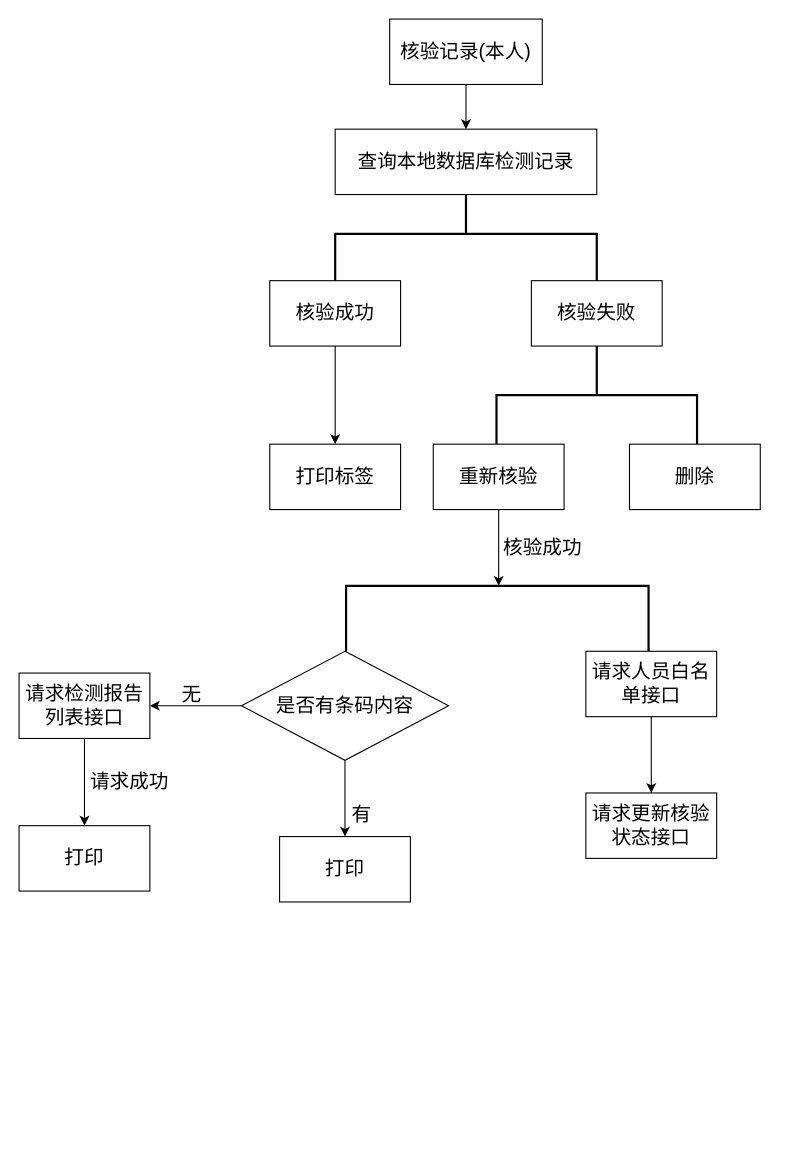
Before: page "核验记录(本人)" (4 of 6) of 广纳达康吸毒检测管理APP软件结构图.drawio in lliecho/test, a draw.io diagram. Source tidied: cells renumbered, new cells numbered last; positions are measured from the earlier drawing's top-left corner, leaving out a move shared by most shapes. Both pictures are drawn from the tidied source at 109%, with x=0, y=0 at pixel (19, 19).
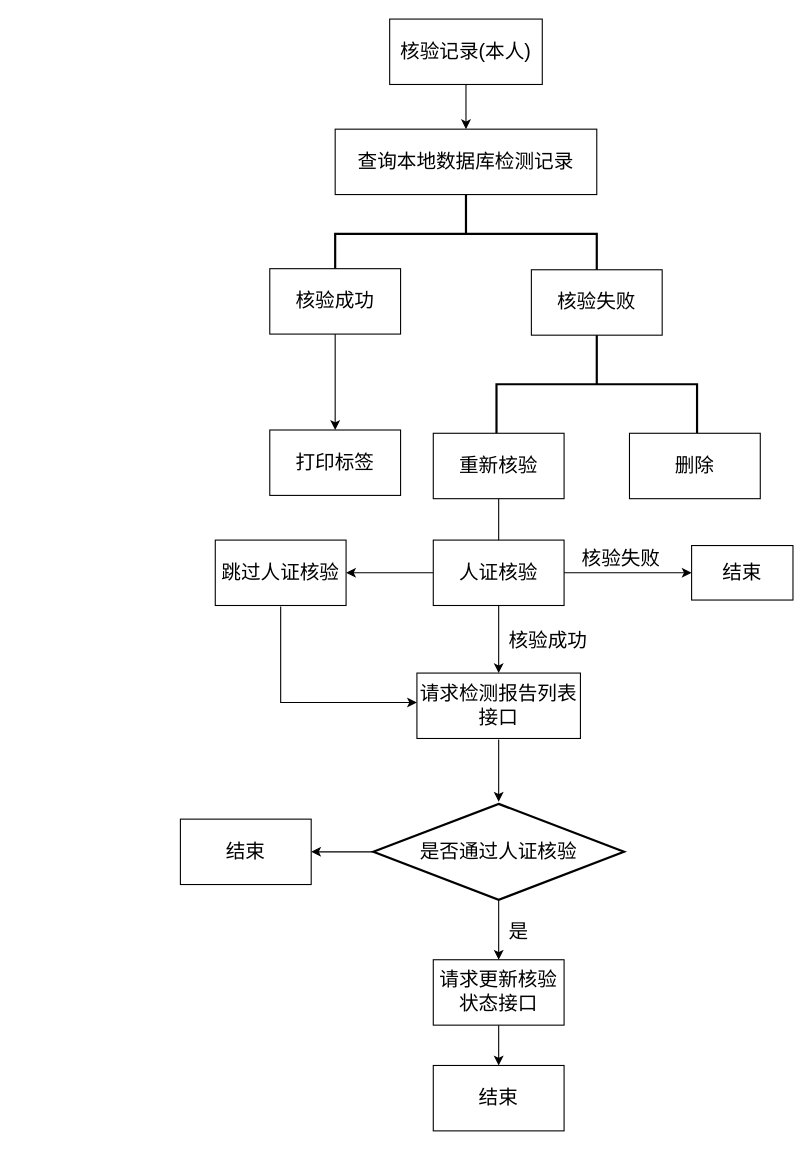
The same diagram, later.

Change to the diagram source:
```diff
@@
     <mxCell id="6" value="核验成功" style="whiteSpace=wrap;html=1;fontSize=18;" parent="1" vertex="1">
-      <mxGeometry x="230" y="240" width="120" height="60" as="geometry" />
+      <mxGeometry x="230" y="229" width="120" height="60" as="geometry" />
     </mxCell>
     <mxCell id="7" value="核验失败" style="whiteSpace=wrap;html=1;fontSize=18;" parent="1" vertex="1">
-      <mxGeometry x="470" y="240" width="120" height="60" as="geometry" />
+      <mxGeometry x="470" y="230" width="120" height="60" as="geometry" />
     </mxCell>
     <mxCell id="8" value="打印标签" style="whiteSpace=wrap;html=1;fontSize=18;" parent="1" vertex="1">
-      <mxGeometry x="230" y="390" width="120" height="60" as="geometry" />
+      <mxGeometry x="230" y="377" width="120" height="60" as="geometry" />
     </mxCell>
     <mxCell id="9" style="strokeWidth=2;html=1;shape=mxgraph.flowchart.annotation_2;align=left;labelPosition=right;fontSize=18;direction=south;" parent="1" vertex="1">
-      <mxGeometry x="438" y="300" width="184" height="90" as="geometry" />
+      <mxGeometry x="438" y="290" width="184" height="90" as="geometry" />
     </mxCell>
@@
     <mxCell id="11" value="重新核验" style="whiteSpace=wrap;html=1;fontSize=18;" parent="1" vertex="1">
-      <mxGeometry x="380" y="390" width="120" height="60" as="geometry" />
+      <mxGeometry x="380" y="380" width="120" height="60" as="geometry" />
     </mxCell>
     <mxCell id="12" value="删除" style="whiteSpace=wrap;html=1;fontSize=18;" parent="1" vertex="1">
-      <mxGeometry x="560" y="390" width="120" height="60" as="geometry" />
+      <mxGeometry x="560" y="380" width="120" height="60" as="geometry" />
     </mxCell>
+    <mxCell id="28" value="查询本地数据库检测记录" style="whiteSpace=wrap;html=1;fontSize=18;" parent="1" vertex="1">
+      <mxGeometry x="290" y="101" width="240" height="60" as="geometry" />
+    </mxCell>
+    <mxCell id="29" style="edgeStyle=orthogonalEdgeStyle;rounded=0;jettySize=auto;html=1;fontSize=18;" parent="1" edge="1" source="32" target="23">
+      <mxGeometry relative="1" as="geometry" />
+    </mxCell>
+    <mxCell id="30" style="edgeStyle=orthogonalEdgeStyle;rounded=0;jettySize=auto;html=1;fontSize=18;" parent="1" edge="1" source="32" target="35">
+      <mxGeometry relative="1" as="geometry" />
+    </mxCell>
+    <mxCell id="31" style="edgeStyle=orthogonalEdgeStyle;rounded=0;jettySize=auto;html=1;fontSize=18;" parent="1" edge="1" source="32" target="36">
+      <mxGeometry relative="1" as="geometry" />
+    </mxCell>
+    <mxCell id="32" value="人证核验" style="whiteSpace=wrap;html=1;fontSize=18;" parent="1" vertex="1">
+      <mxGeometry x="380" y="478" width="120" height="60" as="geometry" />
+    </mxCell>
+    <mxCell id="33" style="edgeStyle=orthogonalEdgeStyle;rounded=0;orthogonalLoop=1;jettySize=auto;html=1;fontSize=18;" parent="1" edge="1">
+      <mxGeometry relative="1" as="geometry">
+        <mxPoint x="440" y="661" as="sourcePoint" />
+        <mxPoint x="440" y="718" as="targetPoint" />
+      </mxGeometry>
+    </mxCell>
+    <mxCell id="23" value="请求检测报告列表接口" style="whiteSpace=wrap;html=1;fontSize=18;" parent="1" vertex="1">
+      <mxGeometry x="365" y="600" width="150" height="60" as="geometry" />
+    </mxCell>
     <mxCell id="13" value="核验成功" style="text;html=1;align=center;verticalAlign=middle;strokeColor=none;fillColor=none;fontSize=18;" parent="1" vertex="1">
-      <mxGeometry x="430" y="465" width="100" height="40" as="geometry" />
+      <mxGeometry x="435" y="551" width="100" height="40" as="geometry" />
     </mxCell>
-    <mxCell id="14" style="strokeWidth=2;html=1;shape=mxgraph.flowchart.annotation_1;align=left;fontSize=18;direction=south;" parent="1" vertex="1">
-      <mxGeometry x="300" y="520" width="277.5" height="60" as="geometry" />
-    </mxCell>
-    <mxCell id="15" style="edgeStyle=orthogonalEdgeStyle;rounded=0;jettySize=auto;html=1;fontSize=18;" parent="1" edge="1" source="16" target="27">
-      <mxGeometry relative="1" as="geometry" />
-    </mxCell>
-    <mxCell id="16" value="请求人员白名单接口" style="whiteSpace=wrap;html=1;fontSize=18;" parent="1" vertex="1">
-      <mxGeometry x="520" y="580" width="120" height="60" as="geometry" />
-    </mxCell>
-    <mxCell id="17" style="edgeStyle=orthogonalEdgeStyle;rounded=0;jettySize=auto;html=1;fontSize=18;" parent="1" edge="1" source="19" target="20">
-      <mxGeometry relative="1" as="geometry" />
-    </mxCell>
-    <mxCell id="18" style="edgeStyle=orthogonalEdgeStyle;rounded=0;jettySize=auto;html=1;fontSize=18;" parent="1" edge="1" source="19">
-      <mxGeometry relative="1" as="geometry">
-        <mxPoint x="120" y="630" as="targetPoint" />
-      </mxGeometry>
-    </mxCell>
-    <mxCell id="19" value="是否有条码内容" style="rhombus;whiteSpace=wrap;html=1;fontSize=18;" parent="1" vertex="1">
-      <mxGeometry x="204" y="580" width="190" height="100" as="geometry" />
-    </mxCell>
-    <mxCell id="20" value="打印" style="whiteSpace=wrap;html=1;fontSize=18;" parent="1" vertex="1">
-      <mxGeometry x="239" y="750" width="120" height="60" as="geometry" />
-    </mxCell>
-    <mxCell id="21" value="有" style="text;html=1;align=center;verticalAlign=middle;strokeColor=none;fillColor=none;fontSize=18;" parent="1" vertex="1">
-      <mxGeometry x="294" y="710" width="40" height="40" as="geometry" />
-    </mxCell>
-    <mxCell id="22" style="edgeStyle=orthogonalEdgeStyle;rounded=0;jettySize=auto;html=1;fontSize=18;" parent="1" edge="1" source="23" target="25">
-      <mxGeometry relative="1" as="geometry" />
-    </mxCell>
-    <mxCell id="23" value="请求检测报告列表接口" style="whiteSpace=wrap;html=1;fontSize=18;" parent="1" vertex="1">
-      <mxGeometry y="600" width="120" height="60" as="geometry" />
-    </mxCell>
-    <mxCell id="24" value="无" style="text;html=1;align=center;verticalAlign=middle;strokeColor=none;fillColor=none;fontSize=18;" parent="1" vertex="1">
-      <mxGeometry x="138" y="600" width="40" height="40" as="geometry" />
-    </mxCell>
-    <mxCell id="25" value="打印" style="whiteSpace=wrap;html=1;fontSize=18;" parent="1" vertex="1">
-      <mxGeometry y="740" width="120" height="60" as="geometry" />
-    </mxCell>
-    <mxCell id="26" value="请求成功" style="text;html=1;align=center;verticalAlign=middle;strokeColor=none;fillColor=none;fontSize=18;" parent="1" vertex="1">
-      <mxGeometry x="51" y="680" width="100" height="40" as="geometry" />
-    </mxCell>
+    <mxCell id="34" style="edgeStyle=orthogonalEdgeStyle;rounded=0;orthogonalLoop=1;jettySize=auto;html=1;fontSize=18;" parent="1" edge="1">
+      <mxGeometry relative="1" as="geometry">
+        <mxPoint x="240" y="539" as="sourcePoint" />
+        <mxPoint x="365" y="627" as="targetPoint" />
+        <Array as="points">
+          <mxPoint x="240" y="550" />
+          <mxPoint x="240" y="627" />
+        </Array>
+      </mxGeometry>
+    </mxCell>
+    <mxCell id="35" value="跳过人证核验" style="whiteSpace=wrap;html=1;fontSize=18;" parent="1" vertex="1">
+      <mxGeometry x="180" y="478" width="120" height="60" as="geometry" />
+    </mxCell>
+    <mxCell id="36" value="结束" style="whiteSpace=wrap;html=1;fontSize=18;" parent="1" vertex="1">
+      <mxGeometry x="617" y="483" width="93" height="50" as="geometry" />
+    </mxCell>
+    <mxCell id="37" value="核验失败" style="text;html=1;align=center;verticalAlign=middle;strokeColor=none;fillColor=none;fontSize=18;" parent="1" vertex="1">
+      <mxGeometry x="502" y="475" width="100" height="40" as="geometry" />
+    </mxCell>
+    <mxCell id="38" value="结束" style="whiteSpace=wrap;html=1;fontSize=18;" parent="1" vertex="1">
+      <mxGeometry x="148" y="734" width="120" height="60" as="geometry" />
+    </mxCell>
+    <mxCell id="39" style="edgeStyle=orthogonalEdgeStyle;rounded=0;jettySize=auto;html=1;" parent="1" edge="1" source="27" target="42">
+      <mxGeometry relative="1" as="geometry" />
+    </mxCell>
     <mxCell id="27" value="请求更新核验状态接口" style="whiteSpace=wrap;html=1;fontSize=18;rounded=0;" parent="1" vertex="1">
-      <mxGeometry x="520" y="710" width="120" height="60" as="geometry" />
+      <mxGeometry x="380" y="863" width="120" height="60" as="geometry" />
     </mxCell>
-    <mxCell id="28" value="查询本地数据库检测记录" style="whiteSpace=wrap;html=1;fontSize=18;" parent="1" vertex="1">
-      <mxGeometry x="290" y="101" width="240" height="60" as="geometry" />
-    </mxCell>
+    <mxCell id="40" value="是" style="text;html=1;align=center;verticalAlign=middle;strokeColor=none;fillColor=none;fontSize=18;" parent="1" vertex="1">
+      <mxGeometry x="438" y="818" width="40" height="40" as="geometry" />
+    </mxCell>
+    <mxCell id="41" style="edgeStyle=orthogonalEdgeStyle;rounded=0;jettySize=auto;html=1;" parent="1" edge="1" source="44" target="38">
+      <mxGeometry relative="1" as="geometry" />
+    </mxCell>
+    <mxCell id="42" value="结束" style="whiteSpace=wrap;html=1;fontSize=18;rounded=0;" parent="1" vertex="1">
+      <mxGeometry x="380" y="960" width="120" height="60" as="geometry" />
+    </mxCell>
+    <mxCell id="43" style="edgeStyle=orthogonalEdgeStyle;rounded=0;jettySize=auto;html=1;" parent="1" edge="1" source="44" target="27">
+      <mxGeometry relative="1" as="geometry" />
+    </mxCell>
+    <mxCell id="44" value="是否通过人证核验" style="strokeWidth=2;html=1;shape=mxgraph.flowchart.decision;whiteSpace=wrap;fontSize=18;" parent="1" vertex="1">
+      <mxGeometry x="325" y="720" width="230" height="88" as="geometry" />
+    </mxCell>
```
